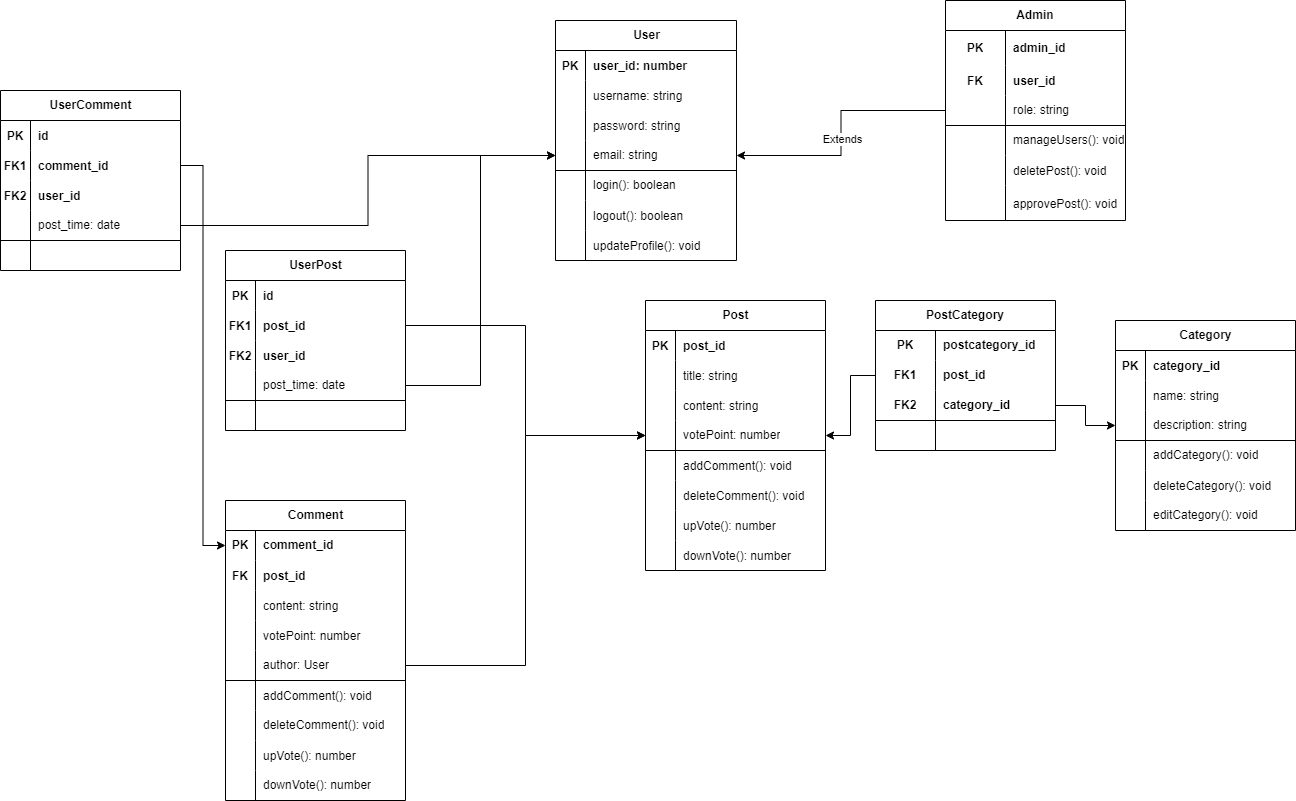
Earlier version of the draw.io export img/UML.drawio.png (ngnhonk/Flutter-Nhom-02). Source tidied: cells renumbered, new cells last; positions are measured from the earlier drawing's top-left corner, leaving out a move shared by most shapes.
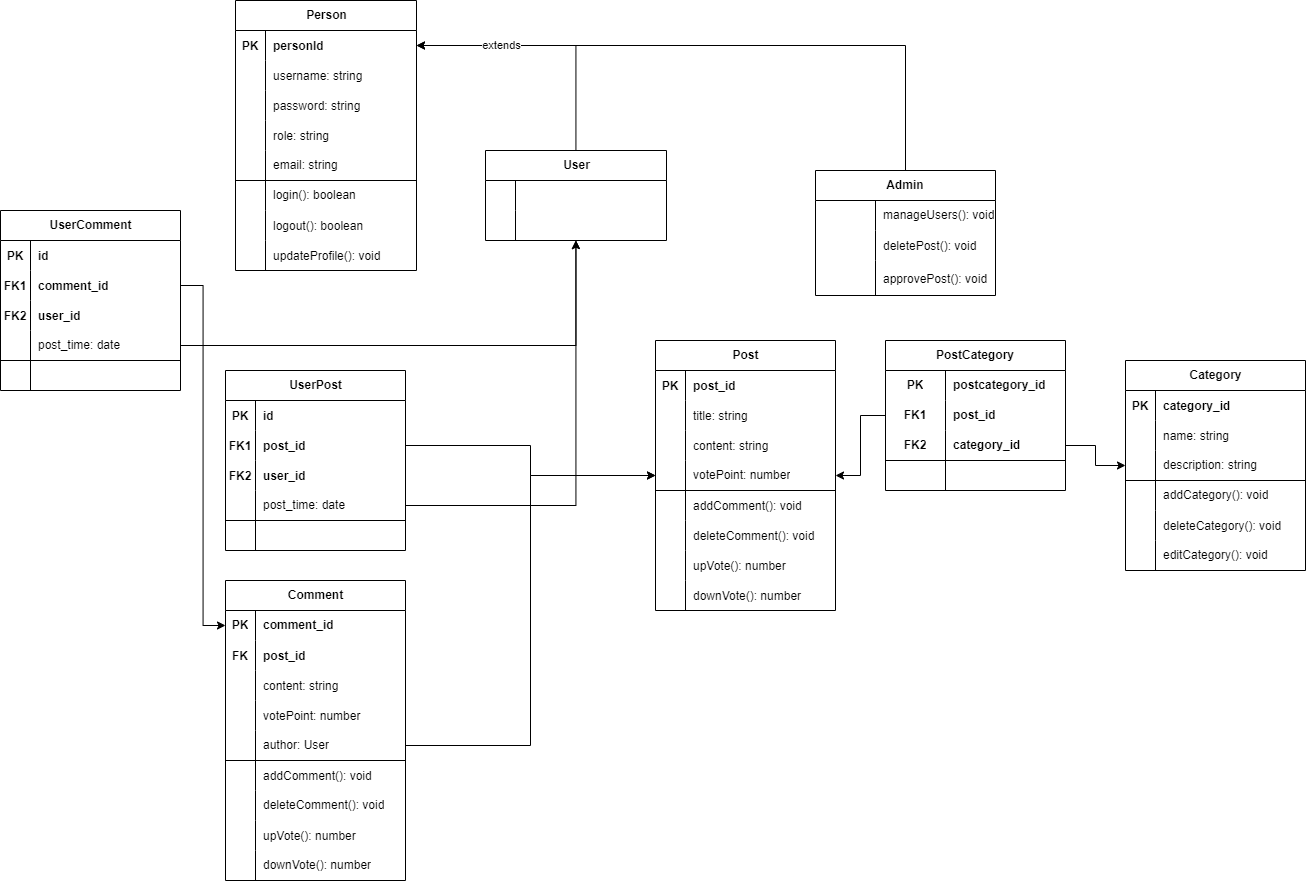
Later version of the same file.

Change to the diagram source:
```diff
@@ -4,4 +4,7 @@
     <mxCell id="1" parent="0" />
+    <mxCell id="169" style="edgeStyle=orthogonalEdgeStyle;rounded=0;jettySize=auto;html=1;" parent="1" edge="1" source="2" target="173">
+      <mxGeometry relative="1" as="geometry" />
+    </mxCell>
     <mxCell id="2" value="User" style="shape=table;startSize=30;rowLines=0;fontStyle=1;align=center;html=1;" parent="1" vertex="1">
-      <mxGeometry x="555" y="20" width="181" height="240" as="geometry" />
+      <mxGeometry x="485" y="30" width="181" height="90" as="geometry" />
     </mxCell>
@@ -10,37 +13,10 @@
     </mxCell>
-    <mxCell id="4" value="PK" style="shape=partialRectangle;fillColor=none;top=0;left=0;bottom=0;right=0;overflow=hidden;fontStyle=1;" parent="3" vertex="1">
+    <mxCell id="4" style="shape=partialRectangle;fillColor=none;top=0;left=0;bottom=0;right=0;overflow=hidden;fontStyle=1;" parent="3" vertex="1">
       <mxGeometry width="30" height="30" as="geometry" />
     </mxCell>
-    <mxCell id="5" value="user_id: number" style="shape=partialRectangle;fillColor=none;top=0;left=0;bottom=0;right=0;align=left;spacingLeft=6;overflow=hidden;fontStyle=1;" parent="3" vertex="1">
+    <mxCell id="5" style="shape=partialRectangle;fillColor=none;top=0;left=0;bottom=0;right=0;align=left;spacingLeft=6;overflow=hidden;fontStyle=1;" parent="3" vertex="1">
       <mxGeometry x="30" width="151" height="30" as="geometry" />
     </mxCell>
-    <mxCell id="6" style="shape=tableRow;horizontal=0;startSize=0;swimlaneHead=0;swimlaneBody=0;fillColor=none;top=0;left=0;right=0;bottom=0;" parent="2" vertex="1">
-      <mxGeometry y="60" width="181" height="30" as="geometry" />
-    </mxCell>
-    <mxCell id="7" style="shape=partialRectangle;fillColor=none;top=0;left=0;bottom=0;right=0;overflow=hidden;" parent="6" vertex="1">
-      <mxGeometry width="30" height="30" as="geometry" />
-    </mxCell>
-    <mxCell id="8" value="username: string" style="shape=partialRectangle;fillColor=none;top=0;left=0;bottom=0;right=0;align=left;spacingLeft=6;overflow=hidden;" parent="6" vertex="1">
-      <mxGeometry x="30" width="151" height="30" as="geometry" />
-    </mxCell>
-    <mxCell id="9" style="shape=tableRow;horizontal=0;startSize=0;swimlaneHead=0;swimlaneBody=0;fillColor=none;top=0;left=0;right=0;bottom=0;" parent="2" vertex="1">
-      <mxGeometry y="90" width="181" height="30" as="geometry" />
-    </mxCell>
-    <mxCell id="10" style="shape=partialRectangle;fillColor=none;top=0;left=0;bottom=0;right=0;overflow=hidden;" parent="9" vertex="1">
-      <mxGeometry width="30" height="30" as="geometry" />
-    </mxCell>
-    <mxCell id="11" value="password: string" style="shape=partialRectangle;fillColor=none;top=0;left=0;bottom=0;right=0;align=left;spacingLeft=6;overflow=hidden;" parent="9" vertex="1">
-      <mxGeometry x="30" width="151" height="30" as="geometry" />
-    </mxCell>
-    <mxCell id="12" style="shape=tableRow;horizontal=0;startSize=0;swimlaneHead=0;swimlaneBody=0;fillColor=none;points=[[0,0.5],[1,0.5]];portConstraint=eastwest;top=0;left=0;right=0;bottom=1;fontStyle=0;" parent="2" vertex="1">
-      <mxGeometry y="120" width="181" height="30" as="geometry" />
-    </mxCell>
-    <mxCell id="13" style="shape=partialRectangle;fillColor=none;top=0;left=0;bottom=0;right=0;fontStyle=1;overflow=hidden;whiteSpace=wrap;html=1;" parent="12" vertex="1">
-      <mxGeometry width="30" height="30" as="geometry" />
-    </mxCell>
-    <mxCell id="14" value="&lt;span style=&quot;font-weight: 400;&quot;&gt;email: string&lt;/span&gt;" style="shape=partialRectangle;fillColor=none;top=0;left=0;bottom=0;right=0;align=left;spacingLeft=6;fontStyle=1;overflow=hidden;whiteSpace=wrap;html=1;" parent="12" vertex="1">
-      <mxGeometry x="30" width="151" height="30" as="geometry" />
-    </mxCell>
     <mxCell id="15" style="shape=tableRow;horizontal=0;startSize=0;swimlaneHead=0;swimlaneBody=0;fillColor=none;top=0;left=0;right=0;bottom=0;fontStyle=0;" parent="2" vertex="1">
-      <mxGeometry y="150" width="181" height="30" as="geometry" />
+      <mxGeometry y="60" width="181" height="30" as="geometry" />
     </mxCell>
@@ -49,55 +25,16 @@
     </mxCell>
-    <mxCell id="17" value="login(): boolean" style="shape=partialRectangle;fillColor=none;top=0;left=0;bottom=0;right=0;align=left;spacingLeft=6;overflow=hidden;whiteSpace=wrap;html=1;fontStyle=0;" parent="15" vertex="1">
+    <mxCell id="17" style="shape=partialRectangle;fillColor=none;top=0;left=0;bottom=0;right=0;align=left;spacingLeft=6;overflow=hidden;whiteSpace=wrap;html=1;fontStyle=0;" parent="15" vertex="1">
       <mxGeometry x="30" width="151" height="30" as="geometry" />
     </mxCell>
-    <mxCell id="18" style="shape=tableRow;horizontal=0;startSize=0;swimlaneHead=0;swimlaneBody=0;fillColor=none;top=0;left=0;right=0;bottom=0;fontStyle=0;" parent="2" vertex="1">
-      <mxGeometry y="180" width="181" height="30" as="geometry" />
-    </mxCell>
-    <mxCell id="19" style="shape=partialRectangle;fillColor=none;top=0;left=0;bottom=0;right=0;overflow=hidden;fontStyle=0;" parent="18" vertex="1">
-      <mxGeometry width="30" height="30" as="geometry" />
-    </mxCell>
-    <mxCell id="20" value="logout(): boolean" style="shape=partialRectangle;fillColor=none;top=0;left=0;bottom=0;right=0;align=left;spacingLeft=6;overflow=hidden;fontStyle=0;" parent="18" vertex="1">
-      <mxGeometry x="30" width="151" height="30" as="geometry" />
-    </mxCell>
-    <mxCell id="21" style="shape=tableRow;horizontal=0;startSize=0;swimlaneHead=0;swimlaneBody=0;fillColor=none;top=0;left=0;right=0;bottom=0;fontStyle=0;" parent="2" vertex="1">
-      <mxGeometry y="210" width="181" height="30" as="geometry" />
-    </mxCell>
-    <mxCell id="22" style="shape=partialRectangle;fillColor=none;top=0;left=0;bottom=0;right=0;overflow=hidden;fontStyle=0;" parent="21" vertex="1">
-      <mxGeometry width="30" height="30" as="geometry" />
-    </mxCell>
-    <mxCell id="23" value="updateProfile(): void" style="shape=partialRectangle;fillColor=none;top=0;left=0;bottom=0;right=0;align=left;spacingLeft=6;overflow=hidden;fontStyle=0;" parent="21" vertex="1">
-      <mxGeometry x="30" width="151" height="30" as="geometry" />
-    </mxCell>
+    <mxCell id="170" style="edgeStyle=orthogonalEdgeStyle;rounded=0;jettySize=auto;html=1;" parent="1" edge="1" source="24" target="173">
+      <mxGeometry relative="1" as="geometry" />
+    </mxCell>
+    <mxCell id="171" value="extends" style="edgeLabel;html=1;align=center;verticalAlign=middle;" parent="170" vertex="1">
+      <mxGeometry x="0.73" y="-1" relative="1" as="geometry" />
+    </mxCell>
     <mxCell id="24" value="Admin" style="shape=table;startSize=30;rowLines=0;fontStyle=1;align=center;html=1;whiteSpace=wrap;" parent="1" vertex="1">
-      <mxGeometry x="945" width="180" height="220" as="geometry" />
+      <mxGeometry x="815" y="50" width="180" height="125" as="geometry" />
     </mxCell>
-    <mxCell id="25" style="shape=tableRow;horizontal=0;startSize=0;swimlaneHead=0;swimlaneBody=0;fillColor=none;top=0;left=0;right=0;bottom=0;html=1;fontStyle=0;" parent="24" vertex="1">
-      <mxGeometry y="30" width="180" height="35" as="geometry" />
-    </mxCell>
-    <mxCell id="26" value="PK" style="shape=partialRectangle;fillColor=none;top=0;left=0;bottom=0;right=0;fontStyle=1;overflow=hidden;html=1;whiteSpace=wrap;" parent="25" vertex="1">
-      <mxGeometry width="60" height="35" as="geometry" />
-    </mxCell>
-    <mxCell id="27" value="admin_id" style="shape=partialRectangle;fillColor=none;top=0;left=0;bottom=0;right=0;align=left;spacingLeft=6;fontStyle=1;overflow=hidden;html=1;whiteSpace=wrap;" parent="25" vertex="1">
-      <mxGeometry x="60" width="120" height="35" as="geometry" />
-    </mxCell>
-    <mxCell id="28" style="shape=tableRow;horizontal=0;startSize=0;swimlaneHead=0;swimlaneBody=0;fillColor=none;top=0;left=0;right=0;bottom=0;" parent="24" vertex="1">
-      <mxGeometry y="65" width="180" height="30" as="geometry" />
-    </mxCell>
-    <mxCell id="29" value="FK" style="shape=partialRectangle;fillColor=none;top=0;left=0;bottom=0;right=0;overflow=hidden;fontStyle=1;" parent="28" vertex="1">
-      <mxGeometry width="60" height="30" as="geometry" />
-    </mxCell>
-    <mxCell id="30" value="user_id" style="shape=partialRectangle;fillColor=none;top=0;left=0;bottom=0;right=0;align=left;spacingLeft=6;overflow=hidden;fontStyle=1;" parent="28" vertex="1">
-      <mxGeometry x="60" width="120" height="30" as="geometry" />
-    </mxCell>
-    <mxCell id="31" style="shape=tableRow;horizontal=0;startSize=0;swimlaneHead=0;swimlaneBody=0;fillColor=none;points=[[0,0.5],[1,0.5]];portConstraint=eastwest;top=0;left=0;right=0;bottom=1;html=1;fontStyle=0;" parent="24" vertex="1">
-      <mxGeometry y="95" width="180" height="30" as="geometry" />
-    </mxCell>
-    <mxCell id="32" style="shape=partialRectangle;fillColor=none;top=0;left=0;bottom=0;right=0;fontStyle=1;overflow=hidden;html=1;whiteSpace=wrap;" parent="31" vertex="1">
-      <mxGeometry width="60" height="30" as="geometry" />
-    </mxCell>
-    <mxCell id="33" value="&lt;span style=&quot;font-weight: 400;&quot;&gt;role: string&lt;/span&gt;" style="shape=partialRectangle;fillColor=none;top=0;left=0;bottom=0;right=0;align=left;spacingLeft=6;fontStyle=1;overflow=hidden;html=1;whiteSpace=wrap;" parent="31" vertex="1">
-      <mxGeometry x="60" width="120" height="30" as="geometry" />
-    </mxCell>
     <mxCell id="34" style="shape=tableRow;horizontal=0;startSize=0;swimlaneHead=0;swimlaneBody=0;fillColor=none;top=0;left=0;right=0;bottom=0;html=1;fontStyle=0;" parent="24" vertex="1">
-      <mxGeometry y="125" width="180" height="30" as="geometry" />
+      <mxGeometry y="30" width="180" height="30" as="geometry" />
     </mxCell>
@@ -110,3 +47,3 @@
     <mxCell id="37" style="shape=tableRow;horizontal=0;startSize=0;swimlaneHead=0;swimlaneBody=0;fillColor=none;top=0;left=0;right=0;bottom=0;fontStyle=0;" parent="24" vertex="1">
-      <mxGeometry y="155" width="180" height="30" as="geometry" />
+      <mxGeometry y="60" width="180" height="30" as="geometry" />
     </mxCell>
@@ -119,3 +56,3 @@
     <mxCell id="40" style="shape=tableRow;horizontal=0;startSize=0;swimlaneHead=0;swimlaneBody=0;fillColor=none;top=0;left=0;right=0;bottom=0;fontStyle=0;" parent="24" vertex="1">
-      <mxGeometry y="185" width="180" height="35" as="geometry" />
+      <mxGeometry y="90" width="180" height="35" as="geometry" />
     </mxCell>
@@ -127,12 +64,4 @@
     </mxCell>
-    <mxCell id="43" style="edgeStyle=orthogonalEdgeStyle;rounded=0;jettySize=auto;html=1;fontStyle=0;" parent="1" edge="1" source="31" target="12">
-      <mxGeometry relative="1" as="geometry" />
-    </mxCell>
-    <mxCell id="44" value="Extends" style="edgeLabel;html=1;align=center;verticalAlign=middle;" parent="43" vertex="1">
-      <mxGeometry x="0.04" relative="1" as="geometry">
-        <mxPoint x="1" as="offset" />
-      </mxGeometry>
-    </mxCell>
     <mxCell id="45" value="Post" style="shape=table;startSize=30;rowLines=0;fontStyle=1;align=center;html=1;" parent="1" vertex="1">
-      <mxGeometry x="645" y="300" width="180" height="270" as="geometry" />
+      <mxGeometry x="655" y="220" width="180" height="270" as="geometry" />
     </mxCell>
@@ -211,3 +140,3 @@
     <mxCell id="70" value="Comment" style="shape=table;startSize=30;rowLines=0;fontStyle=1;align=center;html=1;" parent="1" vertex="1">
-      <mxGeometry x="225" y="500" width="180" height="300" as="geometry" />
+      <mxGeometry x="225" y="460" width="180" height="300" as="geometry" />
     </mxCell>
@@ -298,3 +227,3 @@
     <mxCell id="99" value="Category" style="shape=table;startSize=30;rowLines=0;fontStyle=1;align=center;html=1;" parent="1" vertex="1">
-      <mxGeometry x="1115" y="320" width="180" height="210" as="geometry" />
+      <mxGeometry x="1125" y="240" width="180" height="210" as="geometry" />
     </mxCell>
@@ -355,3 +284,3 @@
     <mxCell id="118" value="PostCategory" style="shape=table;startSize=30;rowLines=0;fontStyle=1;align=center;html=1;whiteSpace=wrap;" parent="1" vertex="1">
-      <mxGeometry x="875" y="300" width="180" height="150" as="geometry" />
+      <mxGeometry x="885" y="220" width="180" height="150" as="geometry" />
     </mxCell>
@@ -450,3 +379,3 @@
     </mxCell>
-    <mxCell id="150" style="edgeStyle=orthogonalEdgeStyle;rounded=0;jettySize=auto;html=1;" parent="1" edge="1" source="143" target="12">
+    <mxCell id="150" style="edgeStyle=orthogonalEdgeStyle;rounded=0;jettySize=auto;html=1;" parent="1" edge="1" source="143" target="2">
       <mxGeometry relative="1" as="geometry" />
@@ -504,5 +433,80 @@
     </mxCell>
-    <mxCell id="168" style="edgeStyle=orthogonalEdgeStyle;rounded=0;jettySize=auto;html=1;" parent="1" edge="1" source="161" target="12">
+    <mxCell id="168" style="edgeStyle=orthogonalEdgeStyle;rounded=0;jettySize=auto;html=1;" parent="1" edge="1" source="161" target="2">
       <mxGeometry relative="1" as="geometry" />
     </mxCell>
+    <mxCell id="172" value="Person" style="shape=table;startSize=30;rowLines=0;fontStyle=1;align=center;html=1;" parent="1" vertex="1">
+      <mxGeometry x="235" y="-120" width="181" height="270" as="geometry" />
+    </mxCell>
+    <mxCell id="173" style="shape=tableRow;horizontal=0;startSize=0;swimlaneHead=0;swimlaneBody=0;fillColor=none;points=[[0,0.5],[1,0.5]];portConstraint=eastwest;top=0;left=0;right=0;bottom=0;" parent="172" vertex="1">
+      <mxGeometry y="30" width="181" height="30" as="geometry" />
+    </mxCell>
+    <mxCell id="26" value="PK" style="shape=partialRectangle;fillColor=none;top=0;left=0;bottom=0;right=0;overflow=hidden;fontStyle=1;" parent="173" vertex="1">
+      <mxGeometry width="30" height="30" as="geometry" />
+    </mxCell>
+    <mxCell id="174" value="personId" style="shape=partialRectangle;fillColor=none;top=0;left=0;bottom=0;right=0;align=left;spacingLeft=6;overflow=hidden;fontStyle=1;" parent="173" vertex="1">
+      <mxGeometry x="30" width="151" height="30" as="geometry" />
+    </mxCell>
+    <mxCell id="6" style="shape=tableRow;horizontal=0;startSize=0;swimlaneHead=0;swimlaneBody=0;fillColor=none;top=0;left=0;right=0;bottom=0;" parent="172" vertex="1">
+      <mxGeometry y="60" width="181" height="30" as="geometry" />
+    </mxCell>
+    <mxCell id="175" style="shape=partialRectangle;fillColor=none;top=0;left=0;bottom=0;right=0;overflow=hidden;" parent="6" vertex="1">
+      <mxGeometry width="30" height="30" as="geometry" />
+    </mxCell>
+    <mxCell id="8" value="username: string" style="shape=partialRectangle;fillColor=none;top=0;left=0;bottom=0;right=0;align=left;spacingLeft=6;overflow=hidden;" parent="6" vertex="1">
+      <mxGeometry x="30" width="151" height="30" as="geometry" />
+    </mxCell>
+    <mxCell id="9" style="shape=tableRow;horizontal=0;startSize=0;swimlaneHead=0;swimlaneBody=0;fillColor=none;top=0;left=0;right=0;bottom=0;" parent="172" vertex="1">
+      <mxGeometry y="90" width="181" height="30" as="geometry" />
+    </mxCell>
+    <mxCell id="176" style="shape=partialRectangle;fillColor=none;top=0;left=0;bottom=0;right=0;overflow=hidden;" parent="9" vertex="1">
+      <mxGeometry width="30" height="30" as="geometry" />
+    </mxCell>
+    <mxCell id="11" value="password: string" style="shape=partialRectangle;fillColor=none;top=0;left=0;bottom=0;right=0;align=left;spacingLeft=6;overflow=hidden;" parent="9" vertex="1">
+      <mxGeometry x="30" width="151" height="30" as="geometry" />
+    </mxCell>
+    <mxCell id="177" style="shape=tableRow;horizontal=0;startSize=0;swimlaneHead=0;swimlaneBody=0;fillColor=none;top=0;left=0;right=0;bottom=0;" parent="172" vertex="1">
+      <mxGeometry y="120" width="181" height="30" as="geometry" />
+    </mxCell>
+    <mxCell id="178" style="shape=partialRectangle;fillColor=none;top=0;left=0;bottom=0;right=0;overflow=hidden;" parent="177" vertex="1">
+      <mxGeometry width="30" height="30" as="geometry" />
+    </mxCell>
+    <mxCell id="33" value="role: string" style="shape=partialRectangle;fillColor=none;top=0;left=0;bottom=0;right=0;align=left;spacingLeft=6;overflow=hidden;" parent="177" vertex="1">
+      <mxGeometry x="30" width="151" height="30" as="geometry" />
+    </mxCell>
+    <mxCell id="179" style="shape=tableRow;horizontal=0;startSize=0;swimlaneHead=0;swimlaneBody=0;fillColor=none;top=0;left=0;right=0;bottom=1;fontStyle=0;" parent="172" vertex="1">
+      <mxGeometry y="150" width="181" height="30" as="geometry" />
+    </mxCell>
+    <mxCell id="13" style="shape=partialRectangle;fillColor=none;top=0;left=0;bottom=0;right=0;fontStyle=1;overflow=hidden;whiteSpace=wrap;html=1;" parent="179" vertex="1">
+      <mxGeometry width="30" height="30" as="geometry" />
+    </mxCell>
+    <mxCell id="14" value="&lt;span style=&quot;font-weight: 400;&quot;&gt;email: string&lt;/span&gt;" style="shape=partialRectangle;fillColor=none;top=0;left=0;bottom=0;right=0;align=left;spacingLeft=6;fontStyle=1;overflow=hidden;whiteSpace=wrap;html=1;" parent="179" vertex="1">
+      <mxGeometry x="30" width="151" height="30" as="geometry" />
+    </mxCell>
+    <mxCell id="18" style="shape=tableRow;horizontal=0;startSize=0;swimlaneHead=0;swimlaneBody=0;fillColor=none;top=0;left=0;right=0;bottom=0;fontStyle=0;" parent="172" vertex="1">
+      <mxGeometry y="180" width="181" height="30" as="geometry" />
+    </mxCell>
+    <mxCell id="180" style="shape=partialRectangle;fillColor=none;top=0;left=0;bottom=0;right=0;overflow=hidden;whiteSpace=wrap;html=1;fontStyle=0;" parent="18" vertex="1">
+      <mxGeometry width="30" height="30" as="geometry" />
+    </mxCell>
+    <mxCell id="181" value="login(): boolean" style="shape=partialRectangle;fillColor=none;top=0;left=0;bottom=0;right=0;align=left;spacingLeft=6;overflow=hidden;whiteSpace=wrap;html=1;fontStyle=0;" parent="18" vertex="1">
+      <mxGeometry x="30" width="151" height="30" as="geometry" />
+    </mxCell>
+    <mxCell id="21" style="shape=tableRow;horizontal=0;startSize=0;swimlaneHead=0;swimlaneBody=0;fillColor=none;top=0;left=0;right=0;bottom=0;fontStyle=0;" parent="172" vertex="1">
+      <mxGeometry y="210" width="181" height="30" as="geometry" />
+    </mxCell>
+    <mxCell id="182" style="shape=partialRectangle;fillColor=none;top=0;left=0;bottom=0;right=0;overflow=hidden;fontStyle=0;" parent="21" vertex="1">
+      <mxGeometry width="30" height="30" as="geometry" />
+    </mxCell>
+    <mxCell id="20" value="logout(): boolean" style="shape=partialRectangle;fillColor=none;top=0;left=0;bottom=0;right=0;align=left;spacingLeft=6;overflow=hidden;fontStyle=0;" parent="21" vertex="1">
+      <mxGeometry x="30" width="151" height="30" as="geometry" />
+    </mxCell>
+    <mxCell id="183" style="shape=tableRow;horizontal=0;startSize=0;swimlaneHead=0;swimlaneBody=0;fillColor=none;top=0;left=0;right=0;bottom=0;fontStyle=0;" parent="172" vertex="1">
+      <mxGeometry y="240" width="181" height="30" as="geometry" />
+    </mxCell>
+    <mxCell id="184" style="shape=partialRectangle;fillColor=none;top=0;left=0;bottom=0;right=0;overflow=hidden;fontStyle=0;" parent="183" vertex="1">
+      <mxGeometry width="30" height="30" as="geometry" />
+    </mxCell>
+    <mxCell id="23" value="updateProfile(): void" style="shape=partialRectangle;fillColor=none;top=0;left=0;bottom=0;right=0;align=left;spacingLeft=6;overflow=hidden;fontStyle=0;" parent="183" vertex="1">
+      <mxGeometry x="30" width="151" height="30" as="geometry" />
+    </mxCell>
   </root>
```
